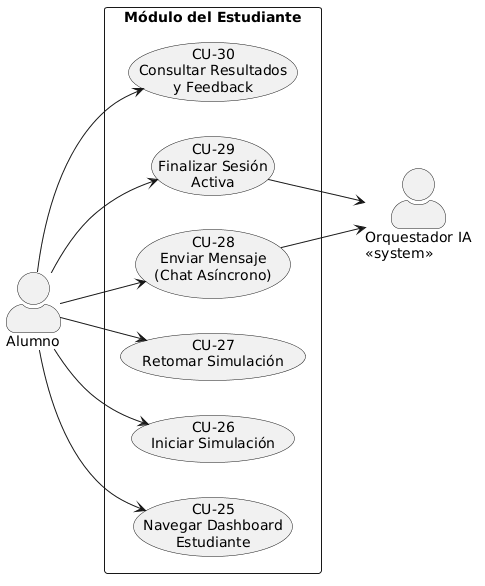
Before: docs/disciplinaDeRequisitos/2. CasosDeUso/moduloEstudiante/moduloEstudiante.png, a diagram exported from PlantUML (JLRG806/omni-sim-tfg). Its source is kept beside it as docs/disciplinaDeRequisitos/2. CasosDeUso/moduloEstudiante/moduloEstudiante.puml.
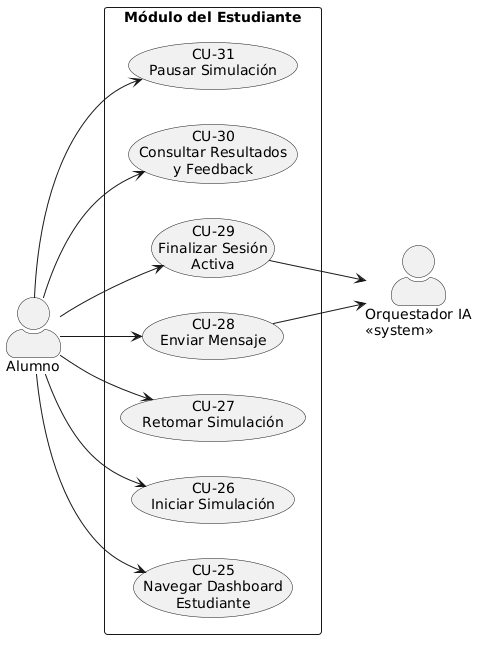
The same diagram one commit later.

Commit message:
fix: añadido al modulo estudiante CU-31 y eliminacion de descripciones inecesarias

Diff of the diagram source:
```diff
@@ -1,28 +1,29 @@
 @startuml
-left to right direction
-skinparam actorStyle awesome
-skinparam packageStyle rectangle
+  left to right direction
+  skinparam actorStyle awesome
+  skinparam packageStyle rectangle
 
-actor "Alumno" as Alum
-actor "Orquestador IA\n<<system>>" as IA
+  actor "Alumno" as Alum
+  actor "Orquestador IA\n<<system>>" as IA
 
-rectangle "Módulo del Estudiante" {
-  usecase "CU-25\nNavegar Dashboard\nEstudiante" as CU25
-  usecase "CU-26\nIniciar Simulación" as CU26
-  usecase "CU-27\nRetomar Simulación" as CU27
-  usecase "CU-28\nEnviar Mensaje\n(Chat Asíncrono)" as CU28
-  usecase "CU-29\nFinalizar Sesión\nActiva" as CU29
-  usecase "CU-30\nConsultar Resultados\ny Feedback" as CU30
-}
+  rectangle "Módulo del Estudiante" {
+    usecase "CU-25\nNavegar Dashboard\nEstudiante" as CU25
+    usecase "CU-26\nIniciar Simulación" as CU26
+    usecase "CU-27\nRetomar Simulación" as CU27
+    usecase "CU-28\nEnviar Mensaje" as CU28
+    usecase "CU-29\nFinalizar Sesión\nActiva" as CU29
+    usecase "CU-30\nConsultar Resultados\ny Feedback" as CU30
+    usecase "CU-31\nPausar Simulación" as CU31
+  }
 
-Alum --> CU25
-Alum --> CU26
-Alum --> CU27
-Alum --> CU28
-Alum --> CU29
-Alum --> CU30
+  Alum --> CU25
+  Alum --> CU26
+  Alum --> CU27
+  Alum --> CU28
+  Alum --> CU29
+  Alum --> CU30
+  Alum --> CU31
 
-CU28 --> IA
-CU29 --> IA
-
-@enduml
+  CU28 --> IA
+  CU29 --> IA
+  @enduml
```
